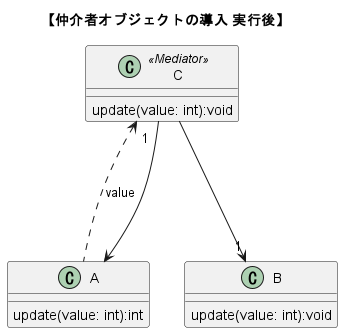
nitta-lab/TwoStagesModelingExperiments keeps this PlantUML diagram as img/classes/tools/ex_introduce_mediator_after.png. Above is the earlier version.
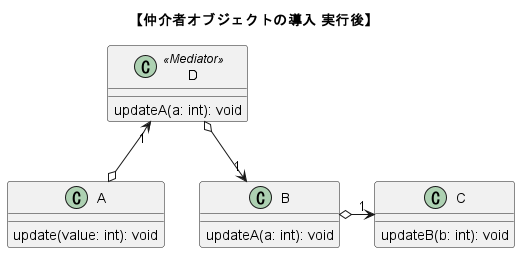
The same file after the commit.

Change to the diagram source:
```diff
@@ -1,19 +1,25 @@
 @startuml map_class_push_CFD
 title "【仲介者オブジェクトの導入 実行後】"
 
-class "A"{
-    update(value: int):int
-}
-class "B"{
-    update(value: int):void
+together {
+    class "A"{
+        update(value: int): void
+    }
+    class "B"{
+        updateA(a: int): void
+    }
 }
 
-class "C"<<Mediator>>{
-    update(value: int):void
+class "C"{
+    updateB(b: int): void
 }
 
-"C" <... "A" : value
-"C" "1  " ---> "A"
-"C" ---> "1" "B"
+class "D"<<Mediator>>{
+    updateA(a: int): void
+}
+
+"A" o-up-> "1" "D"
+"D" o-down-> "1" "B"
+"B" o-right-> "1" "C"
 
 @enduml
```
